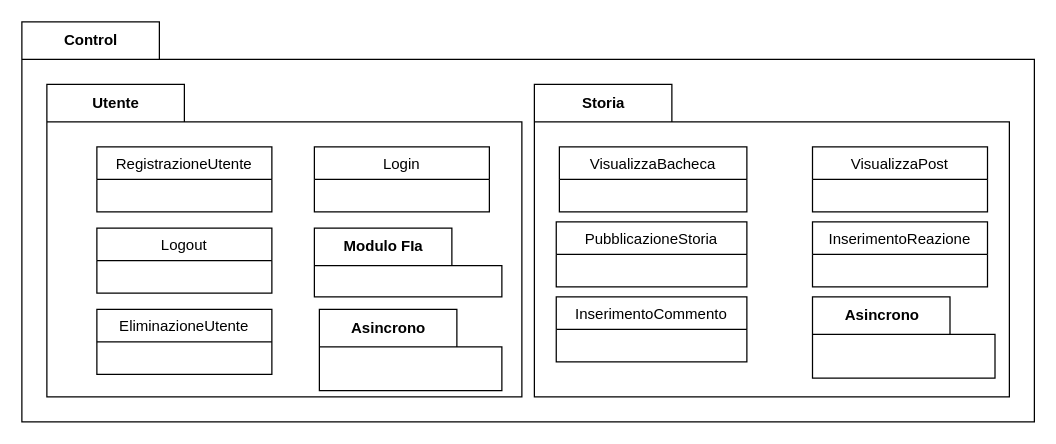
Earlier version of the draw.io diagram page "Application" (2 of 7) of Schemi/Package.drawio (EmmanuelEngineer/E.M.A.A.). Source tidied: cells renumbered, new cells numbered last; positions are measured from the earlier drawing's top-left corner, leaving out a move shared by most shapes. Both pictures are drawn from the tidied source at 125%, with x=0, y=0 at pixel (21, 21).
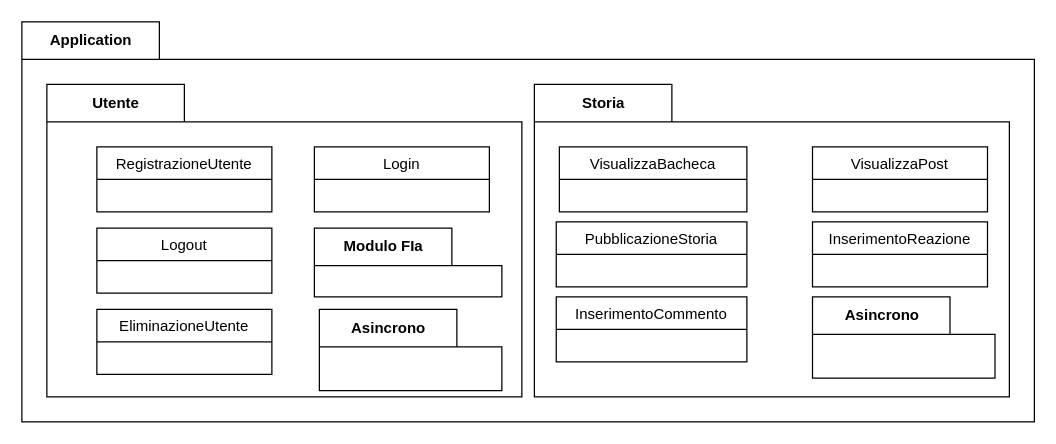
The same page after the edit.

Diff of the diagram source:
```diff
@@
 <mxGraphModel>
   <root>
     <mxCell id="0" />
     <mxCell id="1" parent="0" />
-    <mxCell id="2" value="Control" style="shape=folder;fontStyle=1;tabWidth=110;tabHeight=30;tabPosition=left;html=1;boundedLbl=1;labelInHeader=1;" parent="1" vertex="1">
+    <mxCell id="2" value="Application" style="shape=folder;fontStyle=1;tabWidth=110;tabHeight=30;tabPosition=left;html=1;boundedLbl=1;labelInHeader=1;" parent="1" vertex="1">
       <mxGeometry width="810" height="320" as="geometry" />
     </mxCell>
     <mxCell id="3" value="Storia" style="shape=folder;fontStyle=1;tabWidth=110;tabHeight=30;tabPosition=left;html=1;boundedLbl=1;labelInHeader=1;" parent="2" vertex="1">
       <mxGeometry x="410" y="50" width="380" height="250" as="geometry" />
     </mxCell>
     <mxCell id="4" value="VisualizzaBacheca" style="swimlane;fontStyle=0;horizontal=1;startSize=26;fillColor=none;" parent="3" vertex="1">
       <mxGeometry x="20" y="50" width="150" height="52" as="geometry" />
     </mxCell>
     <mxCell id="5" value="PubblicazioneStoria" style="swimlane;fontStyle=0;horizontal=1;startSize=26;fillColor=none;" parent="3" vertex="1">
       <mxGeometry x="17.5" y="110" width="152.5" height="52" as="geometry" />
     </mxCell>
     <mxCell id="6" value="InserimentoReazione" style="swimlane;fontStyle=0;horizontal=1;startSize=26;fillColor=none;" parent="3" vertex="1">
       <mxGeometry x="222.5" y="110" width="140" height="52" as="geometry" />
     </mxCell>
     <mxCell id="7" value="InserimentoCommento" style="swimlane;fontStyle=0;horizontal=1;startSize=26;fillColor=none;" parent="3" vertex="1">
       <mxGeometry x="17.5" y="170" width="152.5" height="52" as="geometry" />
     </mxCell>
     <mxCell id="8" value="Asincrono" style="shape=folder;fontStyle=1;tabWidth=110;tabHeight=30;tabPosition=left;html=1;boundedLbl=1;labelInHeader=1;" parent="3" vertex="1">
       <mxGeometry x="222.5" y="170" width="146" height="65" as="geometry" />
     </mxCell>
     <mxCell id="9" value="VisualizzaPost" style="swimlane;fontStyle=0;horizontal=1;startSize=26;fillColor=none;" parent="3" vertex="1">
       <mxGeometry x="222.5" y="50" width="140" height="52" as="geometry" />
     </mxCell>
     <mxCell id="10" value="Utente" style="shape=folder;fontStyle=1;tabWidth=110;tabHeight=30;tabPosition=left;html=1;boundedLbl=1;labelInHeader=1;" parent="2" vertex="1">
       <mxGeometry x="20" y="50" width="380" height="250" as="geometry" />
     </mxCell>
     <mxCell id="11" value="RegistrazioneUtente" style="swimlane;fontStyle=0;horizontal=1;startSize=26;fillColor=none;" parent="10" vertex="1">
       <mxGeometry x="40" y="50" width="140" height="52" as="geometry" />
     </mxCell>
     <mxCell id="12" value="Login" style="swimlane;fontStyle=0;horizontal=1;startSize=26;fillColor=none;" parent="10" vertex="1">
       <mxGeometry x="214" y="50" width="140" height="52" as="geometry" />
     </mxCell>
     <mxCell id="13" value="Logout" style="swimlane;fontStyle=0;horizontal=1;startSize=26;fillColor=none;" parent="10" vertex="1">
       <mxGeometry x="40" y="115" width="140" height="52" as="geometry" />
     </mxCell>
     <mxCell id="14" value="EliminazioneUtente" style="swimlane;fontStyle=0;horizontal=1;startSize=26;fillColor=none;" parent="10" vertex="1">
       <mxGeometry x="40" y="180" width="140" height="52" as="geometry" />
     </mxCell>
     <mxCell id="15" value="Modulo FIa" style="shape=folder;fontStyle=1;tabWidth=110;tabHeight=30;tabPosition=left;html=1;boundedLbl=1;labelInHeader=1;" parent="10" vertex="1">
       <mxGeometry x="214" y="115" width="150" height="55" as="geometry" />
     </mxCell>
     <mxCell id="16" value="Asincrono" style="shape=folder;fontStyle=1;tabWidth=110;tabHeight=30;tabPosition=left;html=1;boundedLbl=1;labelInHeader=1;" parent="10" vertex="1">
       <mxGeometry x="218" y="180" width="146" height="65" as="geometry" />
     </mxCell>
   </root>
 </mxGraphModel>
```
